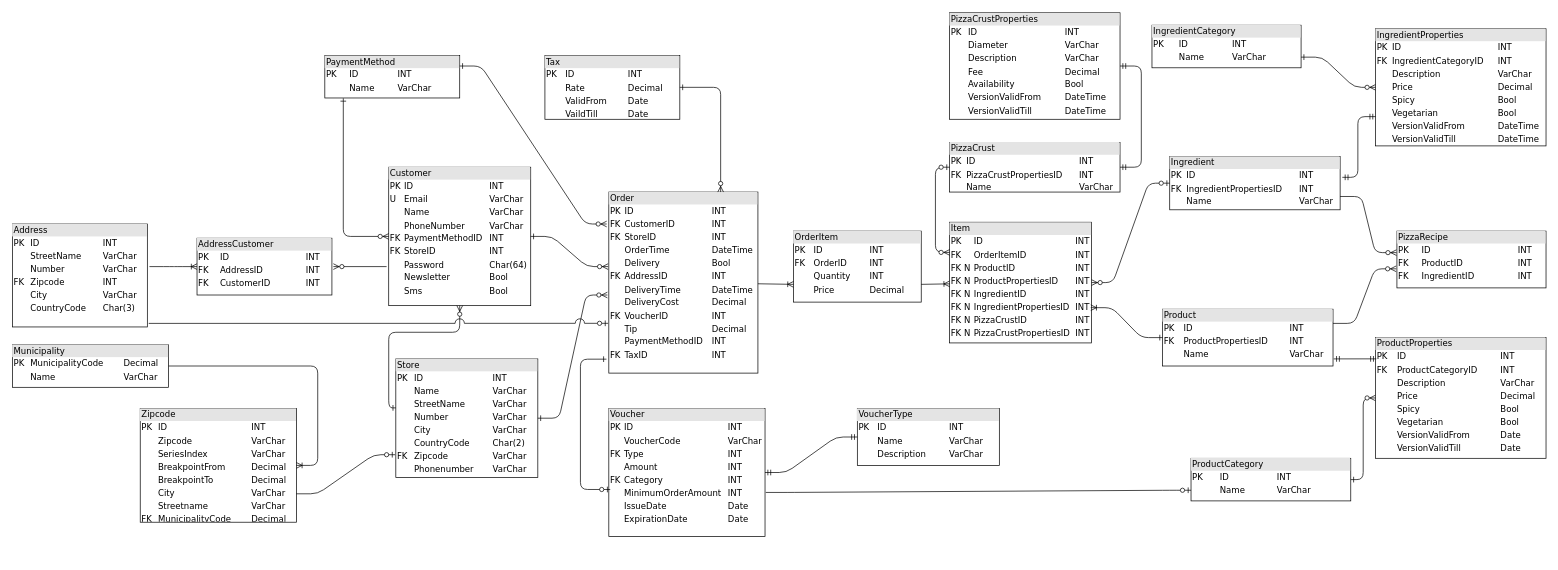
This is DBO_huidige_situatie.drawio from SlatanEnLexSemester4/Mario-Pizza-Case, a draw.io file, before an edit. Source tidied: cells renumbered, new cells numbered last; positions are measured from the earlier drawing's top-left corner, leaving out a move shared by most shapes. Both pictures are drawn from the tidied source at 71%, with x=0, y=0 at pixel (12, 12).
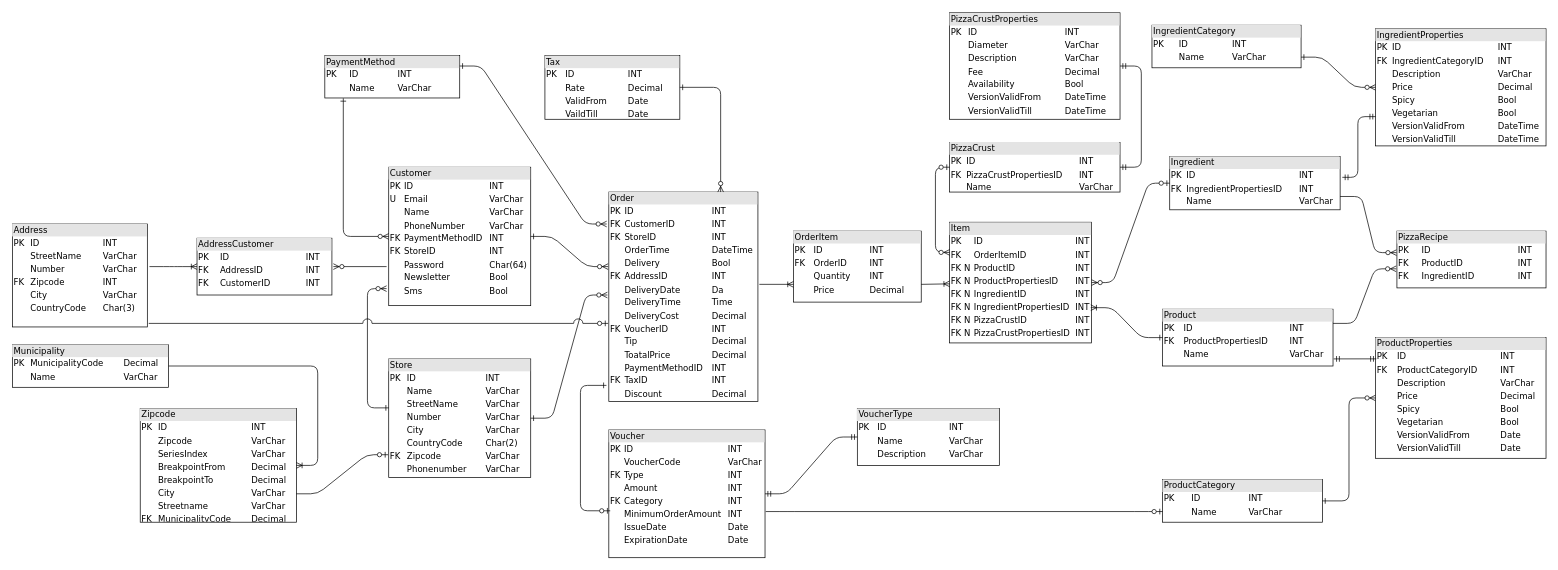
The same diagram, later.

The change refers to these unchanged cells:
```xml
<mxCell id="13" value="&lt;div style=&quot;box-sizing: border-box ; width: 100% ; background: #e4e4e4 ; padding: 2px&quot;&gt;OrderItem&lt;br&gt;&lt;/div&gt;&lt;table style=&quot;width: 100% ; font-size: 1em&quot; cellspacing=&quot;0&quot; cellpadding=&quot;2&quot;&gt;&lt;tbody&gt;&lt;tr&gt;&lt;td&gt;PK&lt;/td&gt;&lt;td&gt;ID&lt;/td&gt;&lt;td&gt;INT&lt;/td&gt;&lt;/tr&gt;&lt;tr&gt;&lt;td&gt;FK&lt;/td&gt;&lt;td&gt;OrderID&lt;br&gt;&lt;/td&gt;&lt;td&gt;INT&lt;/td&gt;&lt;/tr&gt;&lt;tr&gt;&lt;td&gt;&lt;br&gt;&lt;/td&gt;&lt;td&gt;Quantity&lt;/td&gt;&lt;td&gt;INT&lt;/td&gt;&lt;/tr&gt;&lt;tr&gt;&lt;td&gt;&lt;br&gt;&lt;/td&gt;&lt;td&gt;Price&lt;br&gt;&lt;/td&gt;&lt;td&gt;Decimal&lt;br&gt;&lt;/td&gt;&lt;/tr&gt;&lt;/tbody&gt;&lt;/table&gt;" style="verticalAlign=top;align=left;overflow=fill;html=1;rounded=0;shadow=0;comic=0;labelBackgroundColor=none;strokeWidth=1;fontFamily=Verdana;fontSize=12;" parent="1" vertex="1">
  <mxGeometry x="1100" y="308" width="180" height="100" as="geometry" />
</mxCell>
<mxCell id="15" value="&lt;div style=&quot;box-sizing: border-box ; width: 100% ; background: #e4e4e4 ; padding: 2px&quot;&gt;Customer&lt;br&gt;&lt;/div&gt;&lt;table style=&quot;width: 100% ; font-size: 1em&quot; cellspacing=&quot;0&quot; cellpadding=&quot;2&quot;&gt;&lt;tbody&gt;&lt;tr&gt;&lt;td&gt;PK&lt;/td&gt;&lt;td&gt;ID&lt;br&gt;&lt;/td&gt;&lt;td&gt;INT&lt;/td&gt;&lt;/tr&gt;&lt;tr&gt;&lt;td&gt;U&lt;/td&gt;&lt;td&gt;Email&lt;br&gt;&lt;/td&gt;&lt;td&gt;VarChar&lt;/td&gt;&lt;/tr&gt;&lt;tr&gt;&lt;td&gt;&lt;br&gt;&lt;/td&gt;&lt;td&gt;Name&lt;/td&gt;&lt;td&gt;VarChar&lt;br&gt;&lt;/td&gt;&lt;/tr&gt;&lt;tr&gt;&lt;td&gt;&lt;br&gt;&lt;/td&gt;&lt;td&gt;PhoneNumber&lt;/td&gt;&lt;td&gt;VarChar&lt;/td&gt;&lt;/tr&gt;&lt;tr&gt;&lt;td&gt;FK&lt;/td&gt;&lt;td&gt;PaymentMethodID&lt;/td&gt;&lt;td&gt;INT&lt;/td&gt;&lt;/tr&gt;&lt;tr&gt;&lt;td&gt;FK&lt;/td&gt;&lt;td&gt;StoreID&lt;/td&gt;&lt;td&gt;INT&lt;/td&gt;&lt;/tr&gt;&lt;tr&gt;&lt;td&gt;&lt;br&gt;&lt;/td&gt;&lt;td&gt;Password&lt;/td&gt;&lt;td&gt;Char(64)&lt;/td&gt;&lt;/tr&gt;&lt;tr&gt;&lt;td&gt;&lt;br&gt;&lt;/td&gt;&lt;td&gt;Newsletter&lt;/td&gt;&lt;td&gt;Bool&lt;/td&gt;&lt;/tr&gt;&lt;tr&gt;&lt;td&gt;&lt;br&gt;&lt;/td&gt;&lt;td&gt;Sms&lt;/td&gt;&lt;td&gt;Bool&lt;/td&gt;&lt;/tr&gt;&lt;/tbody&gt;&lt;/table&gt;" style="verticalAlign=top;align=left;overflow=fill;html=1;rounded=0;shadow=0;comic=0;labelBackgroundColor=none;strokeWidth=1;fontFamily=Verdana;fontSize=12;" parent="1" vertex="1">
  <mxGeometry x="530" y="218" width="200" height="195" as="geometry" />
</mxCell>
```

What changed in the source:
```diff
@@
     <mxCell id="4" value="&lt;div style=&quot;box-sizing: border-box ; width: 100% ; background: #e4e4e4 ; padding: 2px&quot;&gt;Store&lt;br&gt;&lt;/div&gt;&lt;table style=&quot;width: 100% ; font-size: 1em&quot; cellspacing=&quot;0&quot; cellpadding=&quot;2&quot;&gt;&lt;tbody&gt;&lt;tr&gt;&lt;td&gt;PK&lt;/td&gt;&lt;td&gt;ID&lt;br&gt;&lt;/td&gt;&lt;td&gt;INT&lt;/td&gt;&lt;/tr&gt;&lt;tr&gt;&lt;td&gt;&lt;br&gt;&lt;/td&gt;&lt;td&gt;Name&lt;br&gt;&lt;/td&gt;&lt;td&gt;VarChar&lt;/td&gt;&lt;/tr&gt;&lt;tr&gt;&lt;td&gt;&lt;br&gt;&lt;/td&gt;&lt;td&gt;StreetName&lt;br&gt;&lt;/td&gt;&lt;td&gt;VarChar&lt;/td&gt;&lt;/tr&gt;&lt;tr&gt;&lt;td&gt;&lt;br&gt;&lt;/td&gt;&lt;td&gt;Number&lt;br&gt;&lt;/td&gt;&lt;td&gt;VarChar&lt;/td&gt;&lt;/tr&gt;&lt;tr&gt;&lt;td&gt;&lt;br&gt;&lt;/td&gt;&lt;td&gt;City&lt;br&gt;&lt;/td&gt;&lt;td&gt;VarChar&lt;/td&gt;&lt;/tr&gt;&lt;tr&gt;&lt;td&gt;&lt;br&gt;&lt;/td&gt;&lt;td&gt;CountryCode&lt;br&gt;&lt;/td&gt;&lt;td&gt;Char(2)&lt;/td&gt;&lt;/tr&gt;&lt;tr&gt;&lt;td&gt;FK&lt;/td&gt;&lt;td&gt;Zipcode&lt;br&gt;&lt;/td&gt;&lt;td&gt;VarChar&lt;/td&gt;&lt;/tr&gt;&lt;tr&gt;&lt;td&gt;&lt;br&gt;&lt;/td&gt;&lt;td&gt;Phonenumber&lt;br&gt;&lt;/td&gt;&lt;td&gt;VarChar&lt;/td&gt;&lt;/tr&gt;&lt;/tbody&gt;&lt;/table&gt;" style="verticalAlign=top;align=left;overflow=fill;html=1;rounded=0;shadow=0;comic=0;labelBackgroundColor=none;strokeWidth=1;fontFamily=Verdana;fontSize=12;" parent="1" vertex="1">
-      <mxGeometry x="540" y="488" width="200" height="167" as="geometry" />
+      <mxGeometry x="530" y="488" width="200" height="167" as="geometry" />
     </mxCell>
@@
     <mxCell id="8" value="&lt;div style=&quot;box-sizing: border-box ; width: 100% ; background: #e4e4e4 ; padding: 2px&quot;&gt;ProductCategory&lt;br&gt;&lt;/div&gt;&lt;table style=&quot;width: 100% ; font-size: 1em&quot; cellspacing=&quot;0&quot; cellpadding=&quot;2&quot;&gt;&lt;tbody&gt;&lt;tr&gt;&lt;td&gt;PK&lt;/td&gt;&lt;td&gt;ID&lt;br&gt;&lt;/td&gt;&lt;td&gt;INT&lt;/td&gt;&lt;/tr&gt;&lt;tr&gt;&lt;td&gt;&lt;br&gt;&lt;/td&gt;&lt;td&gt;Name&lt;br&gt;&lt;/td&gt;&lt;td&gt;VarChar&lt;/td&gt;&lt;/tr&gt;&lt;/tbody&gt;&lt;/table&gt;" style="verticalAlign=top;align=left;overflow=fill;html=1;rounded=0;shadow=0;comic=0;labelBackgroundColor=none;strokeWidth=1;fontFamily=Verdana;fontSize=12;" parent="1" vertex="1">
-      <mxGeometry x="1660" y="628" width="225" height="60" as="geometry" />
+      <mxGeometry x="1620" y="658" width="225" height="60" as="geometry" />
     </mxCell>
@@
-    <mxCell id="14" value="&lt;div style=&quot;box-sizing: border-box ; width: 100% ; background: #e4e4e4 ; padding: 2px&quot;&gt;Order&lt;br&gt;&lt;/div&gt;&lt;table style=&quot;width: 100% ; font-size: 1em&quot; cellspacing=&quot;0&quot; cellpadding=&quot;2&quot;&gt;&lt;tbody&gt;&lt;tr&gt;&lt;td&gt;PK&lt;/td&gt;&lt;td&gt;ID&lt;br&gt;&lt;/td&gt;&lt;td&gt;INT&lt;/td&gt;&lt;/tr&gt;&lt;tr&gt;&lt;td&gt;FK&lt;/td&gt;&lt;td&gt;CustomerID&lt;br&gt;&lt;/td&gt;&lt;td&gt;INT&lt;/td&gt;&lt;/tr&gt;&lt;tr&gt;&lt;td&gt;FK&lt;/td&gt;&lt;td&gt;StoreID&lt;/td&gt;&lt;td&gt;INT&lt;/td&gt;&lt;/tr&gt;&lt;tr&gt;&lt;td&gt;&lt;br&gt;&lt;/td&gt;&lt;td&gt;OrderTime&lt;/td&gt;&lt;td&gt;DateTime&lt;/td&gt;&lt;/tr&gt;&lt;tr&gt;&lt;td&gt;&lt;br&gt;&lt;/td&gt;&lt;td&gt;Delivery&lt;/td&gt;&lt;td&gt;Bool&lt;/td&gt;&lt;/tr&gt;&lt;tr&gt;&lt;td&gt;FK&lt;/td&gt;&lt;td&gt;AddressID&lt;/td&gt;&lt;td&gt;INT&lt;/td&gt;&lt;/tr&gt;&lt;tr&gt;&lt;td&gt;&lt;br&gt;&lt;/td&gt;&lt;td&gt;DeliveryTime&lt;/td&gt;&lt;td&gt;DateTime&lt;/td&gt;&lt;/tr&gt;&lt;tr&gt;&lt;td&gt;&lt;br&gt;&lt;/td&gt;&lt;td&gt;DeliveryCost&lt;/td&gt;&lt;td&gt;Decimal&lt;/td&gt;&lt;/tr&gt;&lt;tr&gt;&lt;td&gt;FK&lt;/td&gt;&lt;td&gt;VoucherID&lt;/td&gt;&lt;td&gt;INT&lt;/td&gt;&lt;/tr&gt;&lt;tr&gt;&lt;td&gt;&lt;br&gt;&lt;/td&gt;&lt;td&gt;Tip&lt;/td&gt;&lt;td&gt;Decimal&lt;br&gt;&lt;/td&gt;&lt;/tr&gt;&lt;tr&gt;&lt;td&gt;&lt;br&gt;&lt;/td&gt;&lt;td&gt;PaymentMethodID&lt;/td&gt;&lt;td&gt;INT&lt;br&gt;&lt;/td&gt;&lt;/tr&gt;&lt;tr&gt;&lt;td&gt;FK&lt;/td&gt;&lt;td&gt;TaxID&lt;/td&gt;&lt;td&gt;INT&lt;/td&gt;&lt;/tr&gt;&lt;/tbody&gt;&lt;/table&gt;" style="verticalAlign=top;align=left;overflow=fill;html=1;rounded=0;shadow=0;comic=0;labelBackgroundColor=none;strokeWidth=1;fontFamily=Verdana;fontSize=12;" parent="1" vertex="1">
-      <mxGeometry x="840" y="253" width="210" height="255" as="geometry" />
+    <mxCell id="14" value="&lt;div style=&quot;box-sizing: border-box ; width: 100% ; background: #e4e4e4 ; padding: 2px&quot;&gt;Order&lt;br&gt;&lt;/div&gt;&lt;table style=&quot;width: 100% ; font-size: 1em&quot; cellspacing=&quot;0&quot; cellpadding=&quot;2&quot;&gt;&lt;tbody&gt;&lt;tr&gt;&lt;td&gt;PK&lt;/td&gt;&lt;td&gt;ID&lt;br&gt;&lt;/td&gt;&lt;td&gt;INT&lt;/td&gt;&lt;/tr&gt;&lt;tr&gt;&lt;td&gt;FK&lt;/td&gt;&lt;td&gt;CustomerID&lt;br&gt;&lt;/td&gt;&lt;td&gt;INT&lt;/td&gt;&lt;/tr&gt;&lt;tr&gt;&lt;td&gt;FK&lt;/td&gt;&lt;td&gt;StoreID&lt;/td&gt;&lt;td&gt;INT&lt;/td&gt;&lt;/tr&gt;&lt;tr&gt;&lt;td&gt;&lt;br&gt;&lt;/td&gt;&lt;td&gt;OrderTime&lt;/td&gt;&lt;td&gt;DateTime&lt;/td&gt;&lt;/tr&gt;&lt;tr&gt;&lt;td&gt;&lt;br&gt;&lt;/td&gt;&lt;td&gt;Delivery&lt;/td&gt;&lt;td&gt;Bool&lt;/td&gt;&lt;/tr&gt;&lt;tr&gt;&lt;td&gt;FK&lt;/td&gt;&lt;td&gt;AddressID&lt;/td&gt;&lt;td&gt;INT&lt;/td&gt;&lt;/tr&gt;&lt;tr&gt;&lt;td&gt;&lt;br&gt;&lt;/td&gt;&lt;td&gt;DeliveryDate&lt;/td&gt;&lt;td&gt;Da&lt;/td&gt;&lt;/tr&gt;&lt;tr&gt;&lt;td&gt;&lt;br&gt;&lt;/td&gt;&lt;td&gt;DeliveryTime&lt;/td&gt;&lt;td&gt;Time&lt;/td&gt;&lt;/tr&gt;&lt;tr&gt;&lt;td&gt;&lt;br&gt;&lt;/td&gt;&lt;td&gt;DeliveryCost&lt;/td&gt;&lt;td&gt;Decimal&lt;/td&gt;&lt;/tr&gt;&lt;tr&gt;&lt;td&gt;FK&lt;/td&gt;&lt;td&gt;VoucherID&lt;/td&gt;&lt;td&gt;INT&lt;/td&gt;&lt;/tr&gt;&lt;tr&gt;&lt;td&gt;&lt;br&gt;&lt;/td&gt;&lt;td&gt;Tip&lt;/td&gt;&lt;td&gt;Decimal&lt;br&gt;&lt;/td&gt;&lt;/tr&gt;&lt;tr&gt;&lt;td&gt;&lt;br&gt;&lt;/td&gt;&lt;td&gt;ToatalPrice&lt;/td&gt;&lt;td&gt;Decimal&lt;/td&gt;&lt;/tr&gt;&lt;tr&gt;&lt;td&gt;&lt;br&gt;&lt;/td&gt;&lt;td&gt;PaymentMethodID&lt;/td&gt;&lt;td&gt;INT&lt;br&gt;&lt;/td&gt;&lt;/tr&gt;&lt;tr&gt;&lt;td&gt;FK&lt;/td&gt;&lt;td&gt;TaxID&lt;/td&gt;&lt;td&gt;INT&lt;/td&gt;&lt;/tr&gt;&lt;tr&gt;&lt;td&gt;&lt;br&gt;&lt;/td&gt;&lt;td&gt;Discount&lt;/td&gt;&lt;td&gt;Decimal&lt;/td&gt;&lt;/tr&gt;&lt;/tbody&gt;&lt;/table&gt;" style="verticalAlign=top;align=left;overflow=fill;html=1;rounded=0;shadow=0;comic=0;labelBackgroundColor=none;strokeWidth=1;fontFamily=Verdana;fontSize=12;" parent="1" vertex="1">
+      <mxGeometry x="840" y="253" width="210" height="295" as="geometry" />
     </mxCell>
@@
     <mxCell id="18" value="&lt;div style=&quot;box-sizing: border-box ; width: 100% ; background: #e4e4e4 ; padding: 2px&quot;&gt;Voucher&lt;br&gt;&lt;/div&gt;&lt;table style=&quot;width: 100% ; font-size: 1em&quot; cellspacing=&quot;0&quot; cellpadding=&quot;2&quot;&gt;&lt;tbody&gt;&lt;tr&gt;&lt;td&gt;PK&lt;/td&gt;&lt;td&gt;ID&lt;br&gt;&lt;/td&gt;&lt;td&gt;INT&lt;br&gt;&lt;/td&gt;&lt;/tr&gt;&lt;tr&gt;&lt;td&gt;&lt;br&gt;&lt;/td&gt;&lt;td&gt;VoucherCode&lt;/td&gt;&lt;td&gt;VarChar&lt;/td&gt;&lt;/tr&gt;&lt;tr&gt;&lt;td&gt;FK&lt;/td&gt;&lt;td&gt;Type&lt;/td&gt;&lt;td&gt;INT&lt;/td&gt;&lt;/tr&gt;&lt;tr&gt;&lt;td&gt;&lt;br&gt;&lt;/td&gt;&lt;td&gt;Amount&lt;/td&gt;&lt;td&gt;INT&lt;/td&gt;&lt;/tr&gt;&lt;tr&gt;&lt;td&gt;FK&lt;/td&gt;&lt;td&gt;Category&lt;/td&gt;&lt;td&gt;INT&lt;/td&gt;&lt;/tr&gt;&lt;tr&gt;&lt;td&gt;&lt;br&gt;&lt;/td&gt;&lt;td&gt;MinimumOrderAmount&lt;/td&gt;&lt;td&gt;INT&lt;/td&gt;&lt;/tr&gt;&lt;tr&gt;&lt;td&gt;&lt;br&gt;&lt;/td&gt;&lt;td&gt;IssueDate&lt;/td&gt;&lt;td&gt;Date&lt;/td&gt;&lt;/tr&gt;&lt;tr&gt;&lt;td&gt;&lt;br&gt;&lt;/td&gt;&lt;td&gt;ExpirationDate&lt;/td&gt;&lt;td&gt;Date&lt;br&gt;&lt;/td&gt;&lt;/tr&gt;&lt;/tbody&gt;&lt;/table&gt;" style="verticalAlign=top;align=left;overflow=fill;html=1;rounded=0;shadow=0;comic=0;labelBackgroundColor=none;strokeWidth=1;fontFamily=Verdana;fontSize=12;" parent="1" vertex="1">
-      <mxGeometry x="840" y="558" width="220" height="180" as="geometry" />
+      <mxGeometry x="840" y="588" width="220" height="180" as="geometry" />
     </mxCell>
@@
-    <mxCell id="21" style="fontSize=12;html=1;endArrow=ERoneToMany;endFill=0;entryX=0;entryY=0.75;entryDx=0;entryDy=0;" parent="1" edge="1" source="14" target="13">
-      <mxGeometry relative="1" as="geometry" />
+    <mxCell id="21" style="fontSize=12;html=1;endArrow=ERoneToMany;endFill=0;entryX=0;entryY=0.75;entryDx=0;entryDy=0;" parent="1" edge="1" target="13">
+      <mxGeometry relative="1" as="geometry">
+        <mxPoint x="1052" y="383" as="sourcePoint" />
+      </mxGeometry>
     </mxCell>
@@
-    <mxCell id="33" style="fontSize=12;html=1;endArrow=ERzeroToMany;endFill=1;exitX=0;exitY=0.413;exitDx=0;exitDy=0;exitPerimeter=0;startArrow=ERone;startFill=0;jumpStyle=arc;jumpSize=14;edgeStyle=orthogonalEdgeStyle;" parent="1" edge="1" source="4" target="15">
-      <mxGeometry relative="1" as="geometry" />
+    <mxCell id="33" style="fontSize=12;html=1;endArrow=ERzeroToMany;endFill=1;exitX=0;exitY=0.413;exitDx=0;exitDy=0;exitPerimeter=0;startArrow=ERone;startFill=0;jumpStyle=arc;jumpSize=14;edgeStyle=orthogonalEdgeStyle;entryX=-0.015;entryY=0.877;entryDx=0;entryDy=0;entryPerimeter=0;" parent="1" edge="1" source="4" target="15">
+      <mxGeometry relative="1" as="geometry">
+        <Array as="points">
+          <mxPoint x="500" y="557" />
+          <mxPoint x="500" y="389" />
+        </Array>
+      </mxGeometry>
     </mxCell>
     <mxCell id="34" style="fontSize=12;html=1;endArrow=ERone;endFill=0;entryX=-0.016;entryY=0.923;entryDx=0;entryDy=0;entryPerimeter=0;startArrow=ERzeroToOne;startFill=1;exitX=0.009;exitY=0.633;exitDx=0;exitDy=0;exitPerimeter=0;edgeStyle=orthogonalEdgeStyle;" parent="1" edge="1" source="18" target="14">
       <mxGeometry relative="1" as="geometry">
         <Array as="points">
-          <mxPoint x="800" y="672" />
-          <mxPoint x="800" y="488" />
+          <mxPoint x="800" y="702" />
+          <mxPoint x="800" y="525" />
         </Array>
       </mxGeometry>
     </mxCell>
@@
-    <mxCell id="40" style="edgeStyle=entityRelationEdgeStyle;fontSize=12;html=1;endArrow=ERzeroToOne;endFill=1;jumpStyle=arc;jumpSize=13;entryX=-0.005;entryY=0.725;entryDx=0;entryDy=0;entryPerimeter=0;" parent="1" edge="1" target="14">
+    <mxCell id="40" style="edgeStyle=entityRelationEdgeStyle;fontSize=12;html=1;endArrow=ERzeroToOne;endFill=1;jumpStyle=arc;jumpSize=13;" parent="1" edge="1">
       <mxGeometry relative="1" as="geometry">
         <mxPoint x="192" y="438" as="sourcePoint" />
+        <mxPoint x="839" y="438" as="targetPoint" />
       </mxGeometry>
     </mxCell>
@@
-    <mxCell id="51" style="edgeStyle=entityRelationEdgeStyle;fontSize=12;html=1;endArrow=ERzeroToOne;endFill=1;exitX=1.005;exitY=0.656;exitDx=0;exitDy=0;exitPerimeter=0;entryX=0;entryY=0.75;entryDx=0;entryDy=0;" parent="1" edge="1" source="18" target="8">
-      <mxGeometry relative="1" as="geometry" />
+    <mxCell id="51" style="edgeStyle=entityRelationEdgeStyle;fontSize=12;html=1;endArrow=ERzeroToOne;endFill=1;entryX=0;entryY=0.75;entryDx=0;entryDy=0;" parent="1" edge="1" target="8">
+      <mxGeometry relative="1" as="geometry">
+        <mxPoint x="1061" y="703" as="sourcePoint" />
+      </mxGeometry>
     </mxCell>
```
